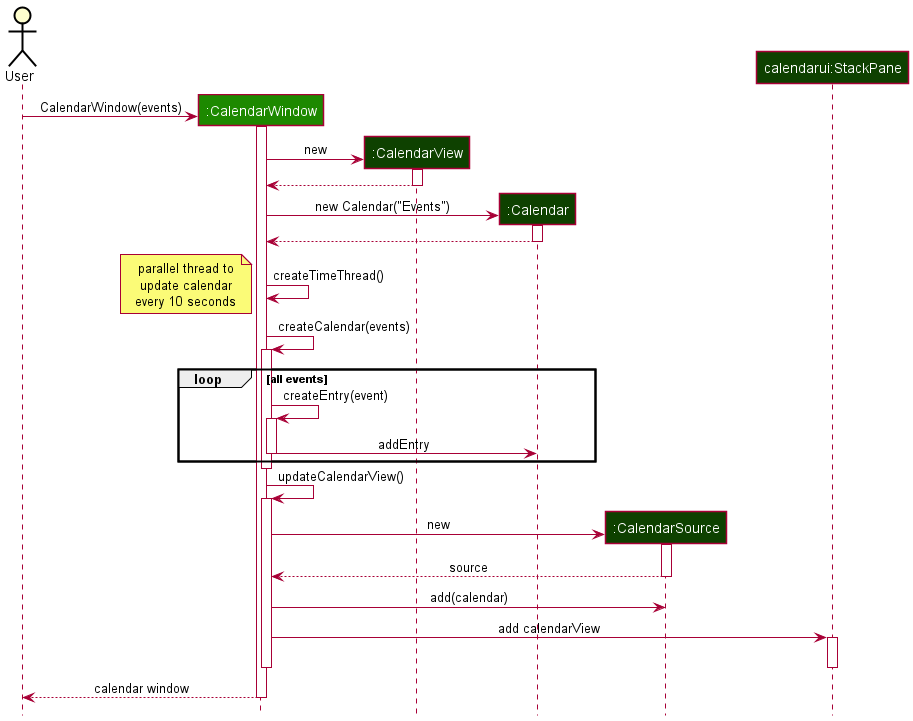
This is docs/images/CalendarSequenceDiagram.png from xiangjunn/tp, a PlantUML export, as it was before one commit. The source it was exported from:
```plantuml
@startuml
!include style.puml

actor User

create ":CalendarWindow" as CalendarWindow UI_COLOR
User -> CalendarWindow : CalendarWindow(events)
activate CalendarWindow
deactivate CalendarWindow

create ":CalendarView" as CalendarView UI_COLOR_T4
CalendarWindow -> CalendarView : new
activate CalendarView
CalendarView --> CalendarWindow
deactivate CalendarView

create ":Calendar" as Calendar UI_COLOR_T4
CalendarWindow -> Calendar : new Calendar("Events")
activate Calendar
Calendar --> CalendarWindow
deactivate Calendar

CalendarWindow -> CalendarWindow : createTimeThread()
note left: parallel thread to\nupdate calendar\nevery 10 seconds

CalendarWindow -> CalendarWindow : createCalendar(events)
activate CalendarWindow
loop all events
CalendarWindow -> CalendarWindow : createEntry(event)
activate CalendarWindow
CalendarWindow -> Calendar : addEntry
deactivate CalendarWindow
end
deactivate CalendarWindow
CalendarWindow -> CalendarWindow : updateCalendarView()
activate CalendarWindow
create ":CalendarSource" as CalendarSource UI_COLOR_T4
CalendarWindow -> CalendarSource : new
activate CalendarSource
return source
deactivate CalendarSource

CalendarWindow -> CalendarSource : add(calendar)

participant "calendarui:StackPane" as CalendarUI UI_COLOR_T4
CalendarWindow -> CalendarUI : add calendarView
activate CalendarUI
deactivate CalendarUI
deactivate CalendarWindow

CalendarWindow --> User : calendar window
deactivate CalendarWindow

@enduml
```
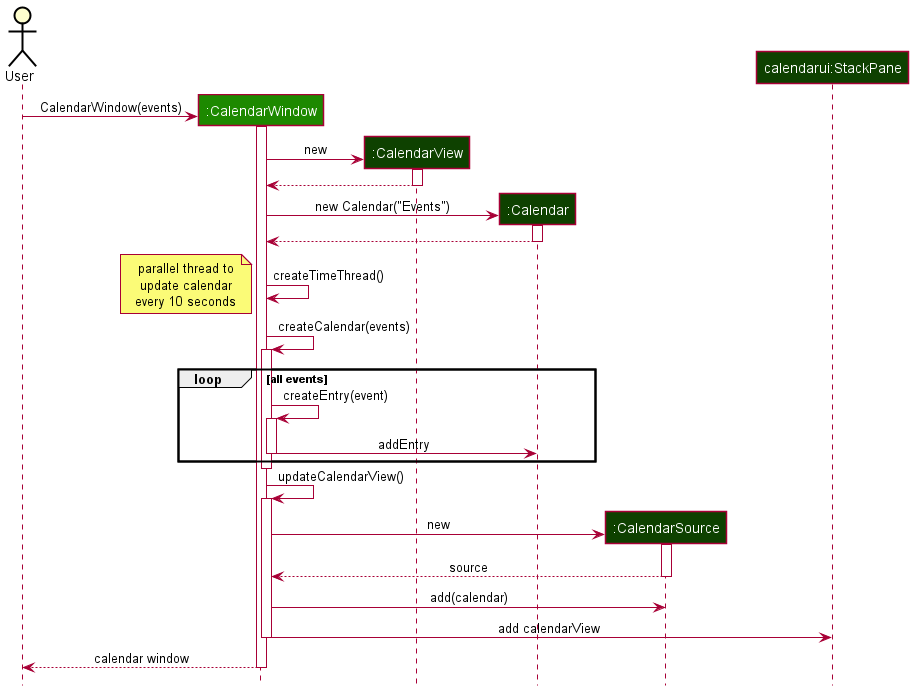
The same diagram one commit later.

Commit message:
Remove activation bar for StackPane

Diff of the diagram source:
```diff
@@ -44,8 +44,6 @@
 
 participant "calendarui:StackPane" as CalendarUI UI_COLOR_T4
 CalendarWindow -> CalendarUI : add calendarView
-activate CalendarUI
-deactivate CalendarUI
 deactivate CalendarWindow
 
 CalendarWindow --> User : calendar window
```
